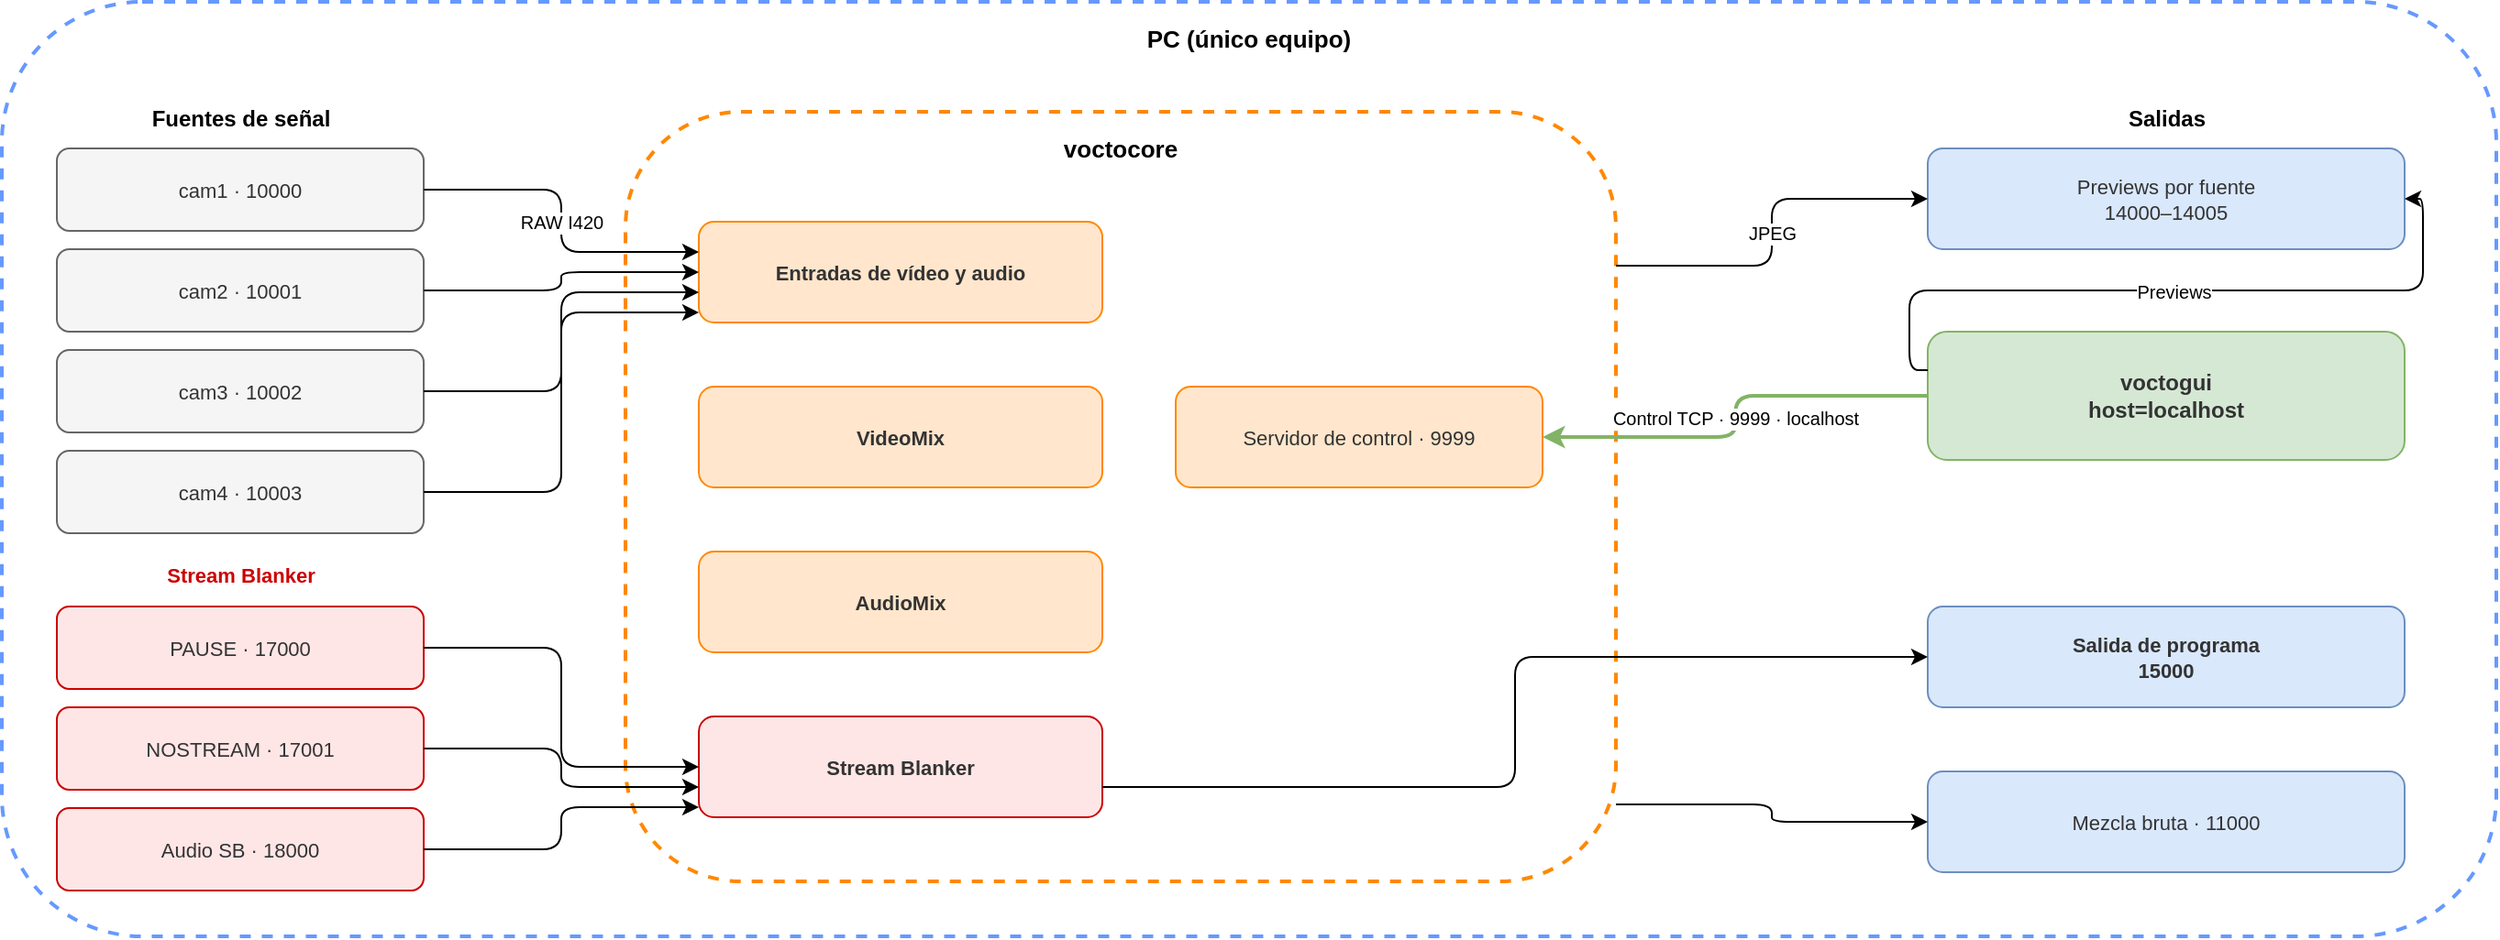
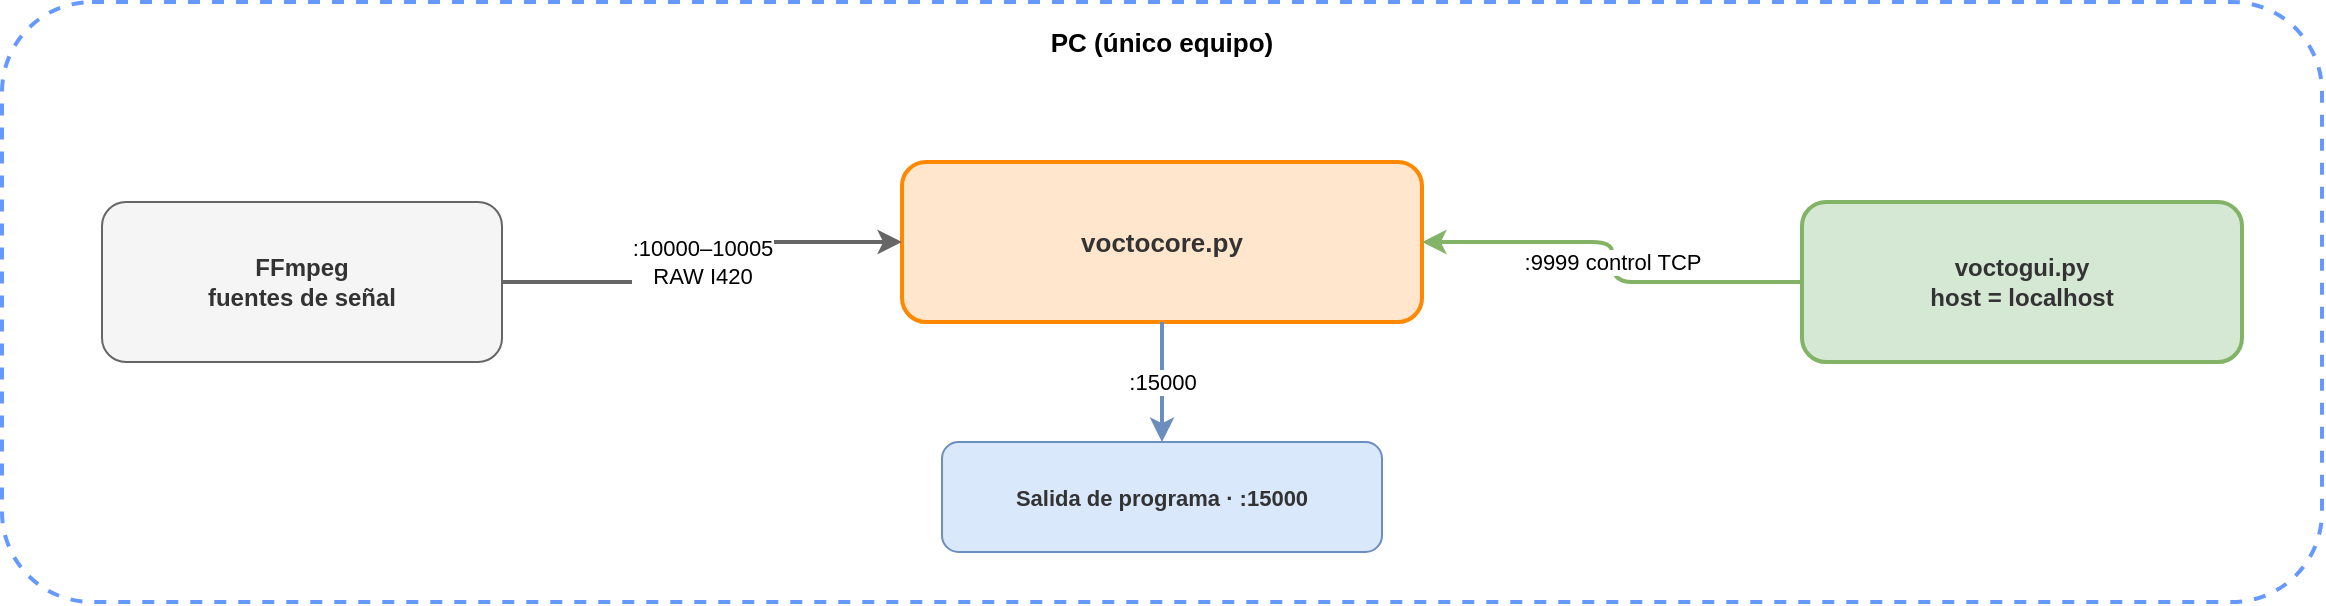
<mxfile host="app.diagrams.net">
  <diagram id="escenario_1pc" name="Escenario 1 PC">
-     <mxGraphModel dx="1400" dy="600" grid="1" gridSize="10" guides="1" tooltips="1" connect="1" arrows="1" fold="1" page="1" pageScale="1" pageWidth="1400" pageHeight="560" math="0" shadow="0">
+     <mxGraphModel dx="1200" dy="380" grid="1" gridSize="10" guides="1" tooltips="1" connect="1" arrows="1" fold="1" page="1" pageScale="1" pageWidth="1200" pageHeight="340" math="0" shadow="0">
      <root>
        <mxCell id="0"/>
        <mxCell id="1" parent="0"/>

        <!-- PC container -->
-         <mxCell id="pc_box" value="PC (único equipo)" style="rounded=1;whiteSpace=wrap;html=1;fillColor=none;strokeColor=#6699FF;strokeWidth=2;dashed=1;fontSize=13;fontStyle=1;verticalAlign=top;spacingTop=6;align=center;" vertex="1" parent="1">
-           <mxGeometry x="20" y="20" width="1360" height="510" as="geometry"/>
+         <mxCell id="pc" value="PC (único equipo)" style="rounded=1;whiteSpace=wrap;html=1;fillColor=none;strokeColor=#6699FF;strokeWidth=2;dashed=1;fontSize=13;fontStyle=1;verticalAlign=top;spacingTop=6;align=center;" vertex="1" parent="1">
+           <mxGeometry x="20" y="20" width="1160" height="300" as="geometry"/>
        </mxCell>

-         <!-- ── SECTION LABELS ── -->
-         <mxCell id="lbl_fuentes" value="Fuentes de señal" style="text;html=1;align=center;fontStyle=1;fontSize=12;" vertex="1" parent="1">
-           <mxGeometry x="50" y="70" width="200" height="20" as="geometry"/>
-         </mxCell>
-         <mxCell id="lbl_sb_title" value="Stream Blanker" style="text;html=1;align=center;fontStyle=1;fontSize=11;fontColor=#CC0000;" vertex="1" parent="1">
-           <mxGeometry x="50" y="320" width="200" height="20" as="geometry"/>
-         </mxCell>
-         <mxCell id="lbl_salidas" value="Salidas" style="text;html=1;align=center;fontStyle=1;fontSize=12;" vertex="1" parent="1">
-           <mxGeometry x="1070" y="70" width="260" height="20" as="geometry"/>
+         <!-- FFmpeg sources -->
+         <mxCell id="ffmpeg" value="FFmpeg&#xa;fuentes de señal" style="rounded=1;whiteSpace=wrap;html=1;fillColor=#f5f5f5;strokeColor=#666666;fontColor=#333333;fontSize=12;fontStyle=1;" vertex="1" parent="1">
+           <mxGeometry x="70" y="120" width="200" height="80" as="geometry"/>
        </mxCell>

-         <!-- ── CAMERA SOURCES ── -->
-         <mxCell id="cam1" value="cam1 · 10000" style="rounded=1;whiteSpace=wrap;html=1;fillColor=#f5f5f5;strokeColor=#666666;fontColor=#333333;fontSize=11;" vertex="1" parent="1">
-           <mxGeometry x="50" y="100" width="200" height="45" as="geometry"/>
-         </mxCell>
-         <mxCell id="cam2" value="cam2 · 10001" style="rounded=1;whiteSpace=wrap;html=1;fillColor=#f5f5f5;strokeColor=#666666;fontColor=#333333;fontSize=11;" vertex="1" parent="1">
-           <mxGeometry x="50" y="155" width="200" height="45" as="geometry"/>
-         </mxCell>
-         <mxCell id="cam3" value="cam3 · 10002" style="rounded=1;whiteSpace=wrap;html=1;fillColor=#f5f5f5;strokeColor=#666666;fontColor=#333333;fontSize=11;" vertex="1" parent="1">
-           <mxGeometry x="50" y="210" width="200" height="45" as="geometry"/>
-         </mxCell>
-         <mxCell id="cam4" value="cam4 · 10003" style="rounded=1;whiteSpace=wrap;html=1;fillColor=#f5f5f5;strokeColor=#666666;fontColor=#333333;fontSize=11;" vertex="1" parent="1">
-           <mxGeometry x="50" y="265" width="200" height="45" as="geometry"/>
+         <!-- voctocore -->
+         <mxCell id="voctocore" value="voctocore.py" style="rounded=1;whiteSpace=wrap;html=1;fillColor=#FFE6CC;strokeColor=#FF8800;fontColor=#333333;fontSize=13;fontStyle=1;strokeWidth=2;" vertex="1" parent="1">
+           <mxGeometry x="470" y="100" width="260" height="80" as="geometry"/>
        </mxCell>

-         <!-- ── STREAM BLANKER SOURCES ── -->
-         <mxCell id="sb_pause" value="PAUSE · 17000" style="rounded=1;whiteSpace=wrap;html=1;fillColor=#ffe6e6;strokeColor=#CC0000;fontColor=#333333;fontSize=11;" vertex="1" parent="1">
-           <mxGeometry x="50" y="350" width="200" height="45" as="geometry"/>
-         </mxCell>
-         <mxCell id="sb_nostream" value="NOSTREAM · 17001" style="rounded=1;whiteSpace=wrap;html=1;fillColor=#ffe6e6;strokeColor=#CC0000;fontColor=#333333;fontSize=11;" vertex="1" parent="1">
-           <mxGeometry x="50" y="405" width="200" height="45" as="geometry"/>
-         </mxCell>
-         <mxCell id="sb_audio" value="Audio SB · 18000" style="rounded=1;whiteSpace=wrap;html=1;fillColor=#ffe6e6;strokeColor=#CC0000;fontColor=#333333;fontSize=11;" vertex="1" parent="1">
-           <mxGeometry x="50" y="460" width="200" height="45" as="geometry"/>
+         <!-- output -->
+         <mxCell id="output" value="Salida de programa · :15000" style="rounded=1;whiteSpace=wrap;html=1;fillColor=#dae8fc;strokeColor=#6c8ebf;fontColor=#333333;fontSize=11;fontStyle=1;" vertex="1" parent="1">
+           <mxGeometry x="490" y="240" width="220" height="55" as="geometry"/>
        </mxCell>

-         <!-- ── VOCTOCORE ── -->
-         <mxCell id="voctocore_box" value="voctocore" style="rounded=1;whiteSpace=wrap;html=1;fillColor=none;strokeColor=#FF8800;strokeWidth=2;dashed=1;fontSize=13;fontStyle=1;verticalAlign=top;spacingTop=6;" vertex="1" parent="1">
-           <mxGeometry x="360" y="80" width="540" height="420" as="geometry"/>
-         </mxCell>
-         <mxCell id="av_inputs" value="Entradas de vídeo y audio" style="rounded=1;whiteSpace=wrap;html=1;fillColor=#FFE6CC;strokeColor=#FF8800;fontColor=#333333;fontSize=11;fontStyle=1;" vertex="1" parent="1">
-           <mxGeometry x="400" y="140" width="220" height="55" as="geometry"/>
-         </mxCell>
-         <mxCell id="vmix" value="VideoMix" style="rounded=1;whiteSpace=wrap;html=1;fillColor=#FFE6CC;strokeColor=#FF8800;fontColor=#333333;fontSize=11;fontStyle=1;" vertex="1" parent="1">
-           <mxGeometry x="400" y="230" width="220" height="55" as="geometry"/>
-         </mxCell>
-         <mxCell id="amix" value="AudioMix" style="rounded=1;whiteSpace=wrap;html=1;fillColor=#FFE6CC;strokeColor=#FF8800;fontColor=#333333;fontSize=11;fontStyle=1;" vertex="1" parent="1">
-           <mxGeometry x="400" y="320" width="220" height="55" as="geometry"/>
-         </mxCell>
-         <mxCell id="sb_module" value="Stream Blanker" style="rounded=1;whiteSpace=wrap;html=1;fillColor=#ffe6e6;strokeColor=#CC0000;fontColor=#333333;fontSize=11;fontStyle=1;" vertex="1" parent="1">
-           <mxGeometry x="400" y="410" width="220" height="55" as="geometry"/>
-         </mxCell>
-         <mxCell id="ctrl_server" value="Servidor de control · 9999" style="rounded=1;whiteSpace=wrap;html=1;fillColor=#FFE6CC;strokeColor=#FF8800;fontColor=#333333;fontSize=11;" vertex="1" parent="1">
-           <mxGeometry x="660" y="230" width="200" height="55" as="geometry"/>
+         <!-- voctogui -->
+         <mxCell id="voctogui" value="voctogui.py&#xa;host = localhost" style="rounded=1;whiteSpace=wrap;html=1;fillColor=#d5e8d4;strokeColor=#82b366;fontColor=#333333;fontSize=12;fontStyle=1;strokeWidth=2;" vertex="1" parent="1">
+           <mxGeometry x="920" y="120" width="220" height="80" as="geometry"/>
        </mxCell>

-         <!-- ── VOCTOGUI ── -->
-         <mxCell id="voctogui" value="voctogui&#xa;host=localhost" style="rounded=1;whiteSpace=wrap;html=1;fillColor=#d5e8d4;strokeColor=#82b366;fontColor=#333333;fontSize=12;fontStyle=1;" vertex="1" parent="1">
-           <mxGeometry x="1070" y="200" width="260" height="70" as="geometry"/>
-         </mxCell>
- 
-         <!-- ── OUTPUTS ── -->
-         <mxCell id="out_preview" value="Previews por fuente&#xa;14000–14005" style="rounded=1;whiteSpace=wrap;html=1;fillColor=#dae8fc;strokeColor=#6c8ebf;fontColor=#333333;fontSize=11;" vertex="1" parent="1">
-           <mxGeometry x="1070" y="100" width="260" height="55" as="geometry"/>
-         </mxCell>
-         <mxCell id="out_program" value="Salida de programa&#xa;15000" style="rounded=1;whiteSpace=wrap;html=1;fillColor=#dae8fc;strokeColor=#6c8ebf;fontColor=#333333;fontSize=11;fontStyle=1;" vertex="1" parent="1">
-           <mxGeometry x="1070" y="350" width="260" height="55" as="geometry"/>
-         </mxCell>
-         <mxCell id="out_raw" value="Mezcla bruta · 11000" style="rounded=1;whiteSpace=wrap;html=1;fillColor=#dae8fc;strokeColor=#6c8ebf;fontColor=#333333;fontSize=11;" vertex="1" parent="1">
-           <mxGeometry x="1070" y="440" width="260" height="55" as="geometry"/>
-         </mxCell>
- 
-         <!-- ── ARROWS: sources → voctocore ── -->
-         <mxCell id="a1" value="RAW I420" style="edgeStyle=orthogonalEdgeStyle;html=1;fontSize=10;exitX=1;exitY=0.5;exitDx=0;exitDy=0;entryX=0;entryY=0.3;entryDx=0;entryDy=0;" edge="1" source="cam1" target="av_inputs" parent="1">
-           <mxGeometry relative="1" as="geometry"/>
-         </mxCell>
-         <mxCell id="a2" value="" style="edgeStyle=orthogonalEdgeStyle;html=1;fontSize=10;exitX=1;exitY=0.5;exitDx=0;exitDy=0;entryX=0;entryY=0.5;entryDx=0;entryDy=0;" edge="1" source="cam2" target="av_inputs" parent="1">
-           <mxGeometry relative="1" as="geometry"/>
-         </mxCell>
-         <mxCell id="a3" value="" style="edgeStyle=orthogonalEdgeStyle;html=1;fontSize=10;exitX=1;exitY=0.5;exitDx=0;exitDy=0;entryX=0;entryY=0.7;entryDx=0;entryDy=0;" edge="1" source="cam3" target="av_inputs" parent="1">
-           <mxGeometry relative="1" as="geometry"/>
-         </mxCell>
-         <mxCell id="a4" value="" style="edgeStyle=orthogonalEdgeStyle;html=1;fontSize=10;exitX=1;exitY=0.5;exitDx=0;exitDy=0;entryX=0;entryY=0.9;entryDx=0;entryDy=0;" edge="1" source="cam4" target="av_inputs" parent="1">
-           <mxGeometry relative="1" as="geometry"/>
-         </mxCell>
-         <mxCell id="a_sb" value="" style="edgeStyle=orthogonalEdgeStyle;html=1;fontSize=10;exitX=1;exitY=0.5;exitDx=0;exitDy=0;entryX=0;entryY=0.5;entryDx=0;entryDy=0;" edge="1" source="sb_pause" target="sb_module" parent="1">
-           <mxGeometry relative="1" as="geometry"/>
-         </mxCell>
-         <mxCell id="a_sb2" value="" style="edgeStyle=orthogonalEdgeStyle;html=1;fontSize=10;exitX=1;exitY=0.5;exitDx=0;exitDy=0;entryX=0;entryY=0.7;entryDx=0;entryDy=0;" edge="1" source="sb_nostream" target="sb_module" parent="1">
-           <mxGeometry relative="1" as="geometry"/>
-         </mxCell>
-         <mxCell id="a_sb3" value="" style="edgeStyle=orthogonalEdgeStyle;html=1;fontSize=10;exitX=1;exitY=0.5;exitDx=0;exitDy=0;entryX=0;entryY=0.9;entryDx=0;entryDy=0;" edge="1" source="sb_audio" target="sb_module" parent="1">
+         <!-- Arrow: FFmpeg → voctocore -->
+         <mxCell id="a1" value=":10000–10005&#xa;RAW I420" style="edgeStyle=orthogonalEdgeStyle;html=1;fontSize=11;strokeWidth=2;strokeColor=#666666;exitX=1;exitY=0.5;exitDx=0;exitDy=0;entryX=0;entryY=0.5;entryDx=0;entryDy=0;" edge="1" source="ffmpeg" target="voctocore" parent="1">
          <mxGeometry relative="1" as="geometry"/>
        </mxCell>

-         <!-- ── ARROWS: voctocore → outputs ── -->
-         <mxCell id="a_prev" value="JPEG" style="edgeStyle=orthogonalEdgeStyle;html=1;fontSize=10;exitX=1;exitY=0.2;exitDx=0;exitDy=0;entryX=0;entryY=0.5;entryDx=0;entryDy=0;" edge="1" source="voctocore_box" target="out_preview" parent="1">
-           <mxGeometry relative="1" as="geometry"/>
-         </mxCell>
-         <mxCell id="a_prog" value="" style="edgeStyle=orthogonalEdgeStyle;html=1;fontSize=10;exitX=1;exitY=0.7;exitDx=0;exitDy=0;entryX=0;entryY=0.5;entryDx=0;entryDy=0;" edge="1" source="sb_module" target="out_program" parent="1">
-           <mxGeometry relative="1" as="geometry"/>
-         </mxCell>
-         <mxCell id="a_raw" value="" style="edgeStyle=orthogonalEdgeStyle;html=1;fontSize=10;exitX=1;exitY=0.9;exitDx=0;exitDy=0;entryX=0;entryY=0.5;entryDx=0;entryDy=0;" edge="1" source="voctocore_box" target="out_raw" parent="1">
+         <!-- Arrow: voctocore → output -->
+         <mxCell id="a2" value=":15000" style="edgeStyle=orthogonalEdgeStyle;html=1;fontSize=11;strokeWidth=2;strokeColor=#6c8ebf;exitX=0.5;exitY=1;exitDx=0;exitDy=0;entryX=0.5;entryY=0;entryDx=0;entryDy=0;" edge="1" source="voctocore" target="output" parent="1">
          <mxGeometry relative="1" as="geometry"/>
        </mxCell>

-         <!-- ── ARROWS: voctogui ↔ voctocore ── -->
-         <mxCell id="a_ctrl" value="Control TCP · 9999 · localhost" style="edgeStyle=orthogonalEdgeStyle;html=1;fontSize=10;dashed=0;strokeColor=#82b366;strokeWidth=2;exitX=0;exitY=0.5;exitDx=0;exitDy=0;entryX=1;entryY=0.5;entryDx=0;entryDy=0;" edge="1" source="voctogui" target="ctrl_server" parent="1">
-           <mxGeometry relative="1" as="geometry"/>
-         </mxCell>
-         <mxCell id="a_gui_prev" value="Previews" style="edgeStyle=orthogonalEdgeStyle;html=1;fontSize=10;exitX=0;exitY=0.3;exitDx=0;exitDy=0;entryX=1;entryY=0.5;entryDx=0;entryDy=0;" edge="1" source="voctogui" target="out_preview" parent="1">
+         <!-- Arrow: voctogui ↔ voctocore (control) -->
+         <mxCell id="a3" value=":9999 control TCP" style="edgeStyle=orthogonalEdgeStyle;html=1;fontSize=11;strokeWidth=2;strokeColor=#82b366;exitX=0;exitY=0.5;exitDx=0;exitDy=0;entryX=1;entryY=0.5;entryDx=0;entryDy=0;" edge="1" source="voctogui" target="voctocore" parent="1">
          <mxGeometry relative="1" as="geometry"/>
        </mxCell>

      </root>
    </mxGraphModel>
  </diagram>
</mxfile>
